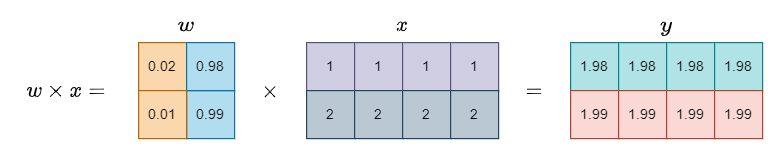
ratteripenta/transformers-seminar-workshop keeps this draw.io diagram as diagrams/basic-self-attention-output.png. Above is the earlier version. Source tidied: cells renumbered, new cells last; positions are measured from the earlier drawing's top-left corner, leaving out a move shared by most shapes.
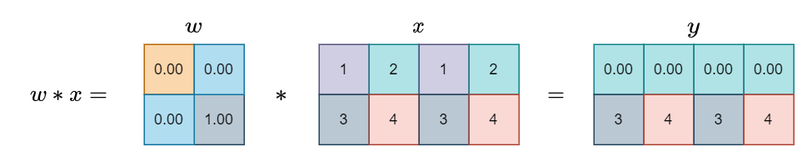
Above is the later version.

What changed in the source:
```diff
@@ -2,83 +2,83 @@
   <root>
     <mxCell id="0" />
     <mxCell id="1" parent="0" />
-    <mxCell id="2" value="`w\timesx =`" style="text;html=1;strokeColor=none;fillColor=none;align=center;verticalAlign=middle;whiteSpace=wrap;rounded=0;fontSize=16;" parent="1" vertex="1">
+    <mxCell id="2" value="`w ** x =`" style="text;html=1;strokeColor=none;fillColor=none;align=center;verticalAlign=middle;whiteSpace=wrap;rounded=0;fontSize=16;" parent="1" vertex="1">
       <mxGeometry y="50" width="100" height="40" as="geometry" />
     </mxCell>
     <mxCell id="3" value="`w`" style="text;html=1;strokeColor=none;fillColor=none;align=center;verticalAlign=middle;whiteSpace=wrap;rounded=0;fontSize=16;" parent="1" vertex="1">
       <mxGeometry x="110" width="80" height="30" as="geometry" />
     </mxCell>
-    <mxCell id="4" value="`\times`" style="text;html=1;strokeColor=none;fillColor=none;align=center;verticalAlign=middle;whiteSpace=wrap;rounded=0;fontSize=16;" parent="1" vertex="1">
+    <mxCell id="4" value="`**`" style="text;html=1;strokeColor=none;fillColor=none;align=center;verticalAlign=middle;whiteSpace=wrap;rounded=0;fontSize=16;" parent="1" vertex="1">
       <mxGeometry x="190" y="30" width="60" height="80" as="geometry" />
     </mxCell>
-    <mxCell id="5" value="1" style="rounded=0;whiteSpace=wrap;html=1;fillColor=#d0cee2;strokeColor=#56517e;" parent="1" vertex="1">
-      <mxGeometry x="250" y="30" width="40" height="40" as="geometry" />
+    <mxCell id="5" value="`x`" style="text;html=1;strokeColor=none;fillColor=none;align=center;verticalAlign=middle;whiteSpace=wrap;rounded=0;fontSize=16;" parent="1" vertex="1">
+      <mxGeometry x="250" width="160" height="30" as="geometry" />
     </mxCell>
-    <mxCell id="6" value="2" style="rounded=0;whiteSpace=wrap;html=1;fillColor=#bac8d3;strokeColor=#23445d;" parent="1" vertex="1">
-      <mxGeometry x="250" y="70" width="40" height="40" as="geometry" />
+    <mxCell id="6" value="`=`" style="text;html=1;strokeColor=none;fillColor=none;align=center;verticalAlign=middle;whiteSpace=wrap;rounded=0;fontSize=16;" parent="1" vertex="1">
+      <mxGeometry x="410" y="30" width="60" height="80" as="geometry" />
     </mxCell>
-    <mxCell id="7" value="1" style="rounded=0;whiteSpace=wrap;html=1;fillColor=#d0cee2;strokeColor=#56517e;" parent="1" vertex="1">
-      <mxGeometry x="290" y="30" width="40" height="40" as="geometry" />
+    <mxCell id="7" value="0.00" style="rounded=0;whiteSpace=wrap;html=1;fillColor=#b0e3e6;strokeColor=#0e8088;" parent="1" vertex="1">
+      <mxGeometry x="470" y="30" width="40" height="40" as="geometry" />
     </mxCell>
-    <mxCell id="8" value="2" style="rounded=0;whiteSpace=wrap;html=1;fillColor=#bac8d3;strokeColor=#23445d;" parent="1" vertex="1">
-      <mxGeometry x="290" y="70" width="40" height="40" as="geometry" />
+    <mxCell id="8" value="3" style="rounded=0;whiteSpace=wrap;html=1;fillColor=#bac8d3;strokeColor=#23445d;" parent="1" vertex="1">
+      <mxGeometry x="470" y="70" width="40" height="40" as="geometry" />
     </mxCell>
-    <mxCell id="9" value="1" style="rounded=0;whiteSpace=wrap;html=1;fillColor=#d0cee2;strokeColor=#56517e;" parent="1" vertex="1">
-      <mxGeometry x="330" y="30" width="40" height="40" as="geometry" />
+    <mxCell id="9" value="`y`" style="text;html=1;strokeColor=none;fillColor=none;align=center;verticalAlign=middle;whiteSpace=wrap;rounded=0;fontSize=16;" parent="1" vertex="1">
+      <mxGeometry x="470" width="160" height="30" as="geometry" />
     </mxCell>
-    <mxCell id="10" value="2" style="rounded=0;whiteSpace=wrap;html=1;fillColor=#bac8d3;strokeColor=#23445d;" parent="1" vertex="1">
-      <mxGeometry x="330" y="70" width="40" height="40" as="geometry" />
+    <mxCell id="10" value="0.00" style="rounded=0;whiteSpace=wrap;html=1;fillColor=#b0e3e6;strokeColor=#0e8088;" parent="1" vertex="1">
+      <mxGeometry x="510" y="30" width="40" height="40" as="geometry" />
     </mxCell>
-    <mxCell id="11" value="1" style="rounded=0;whiteSpace=wrap;html=1;fillColor=#d0cee2;strokeColor=#56517e;" parent="1" vertex="1">
-      <mxGeometry x="370" y="30" width="40" height="40" as="geometry" />
+    <mxCell id="11" value="4" style="rounded=0;whiteSpace=wrap;html=1;fillColor=#fad9d5;strokeColor=#ae4132;" parent="1" vertex="1">
+      <mxGeometry x="510" y="70" width="40" height="40" as="geometry" />
     </mxCell>
-    <mxCell id="12" value="2" style="rounded=0;whiteSpace=wrap;html=1;fillColor=#bac8d3;strokeColor=#23445d;" parent="1" vertex="1">
-      <mxGeometry x="370" y="70" width="40" height="40" as="geometry" />
+    <mxCell id="12" value="0.00" style="rounded=0;whiteSpace=wrap;html=1;fillColor=#b0e3e6;strokeColor=#0e8088;" parent="1" vertex="1">
+      <mxGeometry x="550" y="30" width="40" height="40" as="geometry" />
     </mxCell>
-    <mxCell id="13" value="`x`" style="text;html=1;strokeColor=none;fillColor=none;align=center;verticalAlign=middle;whiteSpace=wrap;rounded=0;fontSize=16;" parent="1" vertex="1">
-      <mxGeometry x="250" width="160" height="30" as="geometry" />
+    <mxCell id="13" value="3" style="rounded=0;whiteSpace=wrap;html=1;fillColor=#bac8d3;strokeColor=#23445d;" parent="1" vertex="1">
+      <mxGeometry x="550" y="70" width="40" height="40" as="geometry" />
     </mxCell>
-    <mxCell id="14" value="`=`" style="text;html=1;strokeColor=none;fillColor=none;align=center;verticalAlign=middle;whiteSpace=wrap;rounded=0;fontSize=16;" parent="1" vertex="1">
-      <mxGeometry x="410" y="30" width="60" height="80" as="geometry" />
+    <mxCell id="14" value="0.00" style="rounded=0;whiteSpace=wrap;html=1;fillColor=#b0e3e6;strokeColor=#0e8088;" parent="1" vertex="1">
+      <mxGeometry x="590" y="30" width="40" height="40" as="geometry" />
     </mxCell>
-    <mxCell id="15" value="1.98" style="rounded=0;whiteSpace=wrap;html=1;fillColor=#b0e3e6;strokeColor=#0e8088;" parent="1" vertex="1">
-      <mxGeometry x="470" y="30" width="40" height="40" as="geometry" />
+    <mxCell id="15" value="4" style="rounded=0;whiteSpace=wrap;html=1;fillColor=#fad9d5;strokeColor=#ae4132;" parent="1" vertex="1">
+      <mxGeometry x="590" y="70" width="40" height="40" as="geometry" />
     </mxCell>
-    <mxCell id="16" value="1.99" style="rounded=0;whiteSpace=wrap;html=1;fillColor=#fad9d5;strokeColor=#ae4132;" parent="1" vertex="1">
-      <mxGeometry x="470" y="70" width="40" height="40" as="geometry" />
+    <mxCell id="16" value="0.00" style="rounded=0;whiteSpace=wrap;html=1;fillColor=#fad7ac;strokeColor=#b46504;" parent="1" vertex="1">
+      <mxGeometry x="110" y="30" width="40" height="40" as="geometry" />
     </mxCell>
-    <mxCell id="17" value="`y`" style="text;html=1;strokeColor=none;fillColor=none;align=center;verticalAlign=middle;whiteSpace=wrap;rounded=0;fontSize=16;" parent="1" vertex="1">
-      <mxGeometry x="470" width="160" height="30" as="geometry" />
+    <mxCell id="17" value="1.00" style="rounded=0;whiteSpace=wrap;html=1;fillColor=#bac8d3;strokeColor=#23445d;" parent="1" vertex="1">
+      <mxGeometry x="150" y="70" width="40" height="40" as="geometry" />
     </mxCell>
-    <mxCell id="18" value="0.02" style="rounded=0;whiteSpace=wrap;html=1;fillColor=#fad7ac;strokeColor=#b46504;" parent="1" vertex="1">
-      <mxGeometry x="110" y="30" width="40" height="40" as="geometry" />
+    <mxCell id="18" value="0.00" style="rounded=0;whiteSpace=wrap;html=1;fillColor=#b1ddf0;strokeColor=#10739e;" parent="1" vertex="1">
+      <mxGeometry x="150" y="30" width="40" height="40" as="geometry" />
     </mxCell>
-    <mxCell id="19" value="0.99" style="rounded=0;whiteSpace=wrap;html=1;fillColor=#b1ddf0;strokeColor=#10739e;" parent="1" vertex="1">
-      <mxGeometry x="150" y="70" width="40" height="40" as="geometry" />
+    <mxCell id="19" value="0.00" style="rounded=0;whiteSpace=wrap;html=1;fillColor=#b1ddf0;strokeColor=#10739e;" parent="1" vertex="1">
+      <mxGeometry x="110" y="70" width="40" height="40" as="geometry" />
     </mxCell>
-    <mxCell id="20" value="0.98" style="rounded=0;whiteSpace=wrap;html=1;fillColor=#b1ddf0;strokeColor=#10739e;" parent="1" vertex="1">
-      <mxGeometry x="150" y="30" width="40" height="40" as="geometry" />
+    <mxCell id="20" value="1" style="rounded=0;whiteSpace=wrap;html=1;fillColor=#d0cee2;strokeColor=#56517e;" parent="1" vertex="1">
+      <mxGeometry x="250" y="30" width="40" height="40" as="geometry" />
     </mxCell>
-    <mxCell id="21" value="0.01" style="rounded=0;whiteSpace=wrap;html=1;fillColor=#fad7ac;strokeColor=#b46504;" parent="1" vertex="1">
-      <mxGeometry x="110" y="70" width="40" height="40" as="geometry" />
+    <mxCell id="21" value="3" style="rounded=0;whiteSpace=wrap;html=1;fillColor=#bac8d3;strokeColor=#23445d;" parent="1" vertex="1">
+      <mxGeometry x="250" y="70" width="40" height="40" as="geometry" />
     </mxCell>
-    <mxCell id="22" value="1.98" style="rounded=0;whiteSpace=wrap;html=1;fillColor=#b0e3e6;strokeColor=#0e8088;" parent="1" vertex="1">
-      <mxGeometry x="510" y="30" width="40" height="40" as="geometry" />
+    <mxCell id="22" value="2" style="rounded=0;whiteSpace=wrap;html=1;fillColor=#b0e3e6;strokeColor=#0e8088;" parent="1" vertex="1">
+      <mxGeometry x="290" y="30" width="40" height="40" as="geometry" />
     </mxCell>
-    <mxCell id="23" value="1.99" style="rounded=0;whiteSpace=wrap;html=1;fillColor=#fad9d5;strokeColor=#ae4132;" parent="1" vertex="1">
-      <mxGeometry x="510" y="70" width="40" height="40" as="geometry" />
+    <mxCell id="23" value="4" style="rounded=0;whiteSpace=wrap;html=1;fillColor=#fad9d5;strokeColor=#ae4132;" parent="1" vertex="1">
+      <mxGeometry x="290" y="70" width="40" height="40" as="geometry" />
     </mxCell>
-    <mxCell id="24" value="1.98" style="rounded=0;whiteSpace=wrap;html=1;fillColor=#b0e3e6;strokeColor=#0e8088;" parent="1" vertex="1">
-      <mxGeometry x="550" y="30" width="40" height="40" as="geometry" />
+    <mxCell id="24" value="1" style="rounded=0;whiteSpace=wrap;html=1;fillColor=#d0cee2;strokeColor=#56517e;" parent="1" vertex="1">
+      <mxGeometry x="330" y="30" width="40" height="40" as="geometry" />
     </mxCell>
-    <mxCell id="25" value="1.99" style="rounded=0;whiteSpace=wrap;html=1;fillColor=#fad9d5;strokeColor=#ae4132;" parent="1" vertex="1">
-      <mxGeometry x="550" y="70" width="40" height="40" as="geometry" />
+    <mxCell id="25" value="3" style="rounded=0;whiteSpace=wrap;html=1;fillColor=#bac8d3;strokeColor=#23445d;" parent="1" vertex="1">
+      <mxGeometry x="330" y="70" width="40" height="40" as="geometry" />
     </mxCell>
-    <mxCell id="26" value="1.98" style="rounded=0;whiteSpace=wrap;html=1;fillColor=#b0e3e6;strokeColor=#0e8088;" parent="1" vertex="1">
-      <mxGeometry x="590" y="30" width="40" height="40" as="geometry" />
+    <mxCell id="26" value="2" style="rounded=0;whiteSpace=wrap;html=1;fillColor=#b0e3e6;strokeColor=#0e8088;" parent="1" vertex="1">
+      <mxGeometry x="370" y="30" width="40" height="40" as="geometry" />
     </mxCell>
-    <mxCell id="27" value="1.99" style="rounded=0;whiteSpace=wrap;html=1;fillColor=#fad9d5;strokeColor=#ae4132;" parent="1" vertex="1">
-      <mxGeometry x="590" y="70" width="40" height="40" as="geometry" />
+    <mxCell id="27" value="4" style="rounded=0;whiteSpace=wrap;html=1;fillColor=#fad9d5;strokeColor=#ae4132;" parent="1" vertex="1">
+      <mxGeometry x="370" y="70" width="40" height="40" as="geometry" />
     </mxCell>
   </root>
 </mxGraphModel>
```
